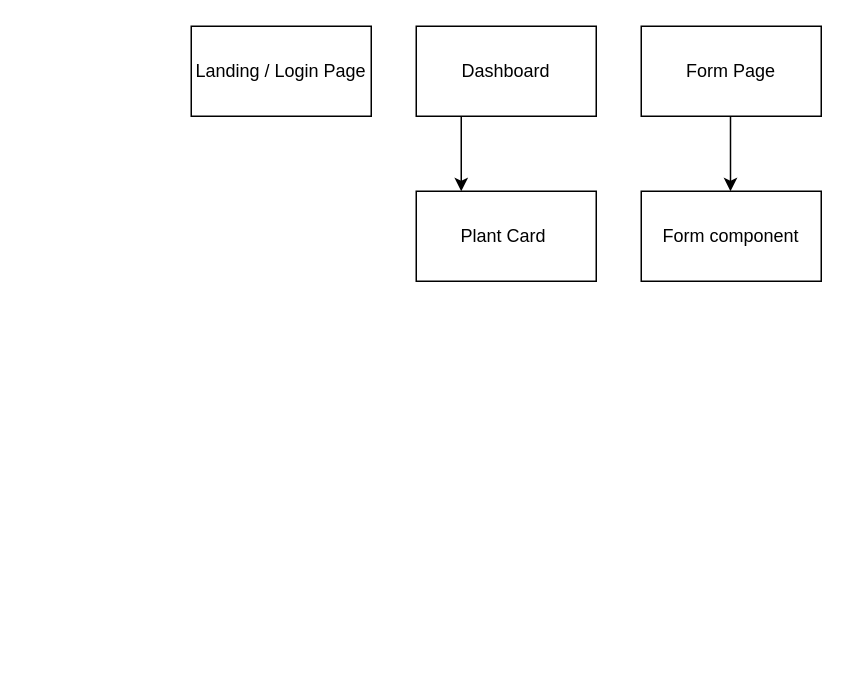
This is treediagram.drawio from lucaxue/water-thyme, a draw.io file, before an edit. Source tidied: cells renumbered, new cells numbered last; positions are measured from the earlier drawing's top-left corner, leaving out a move shared by most shapes. Both pictures are drawn from the tidied source at 150%, with x=0, y=0 at pixel (190, 26).
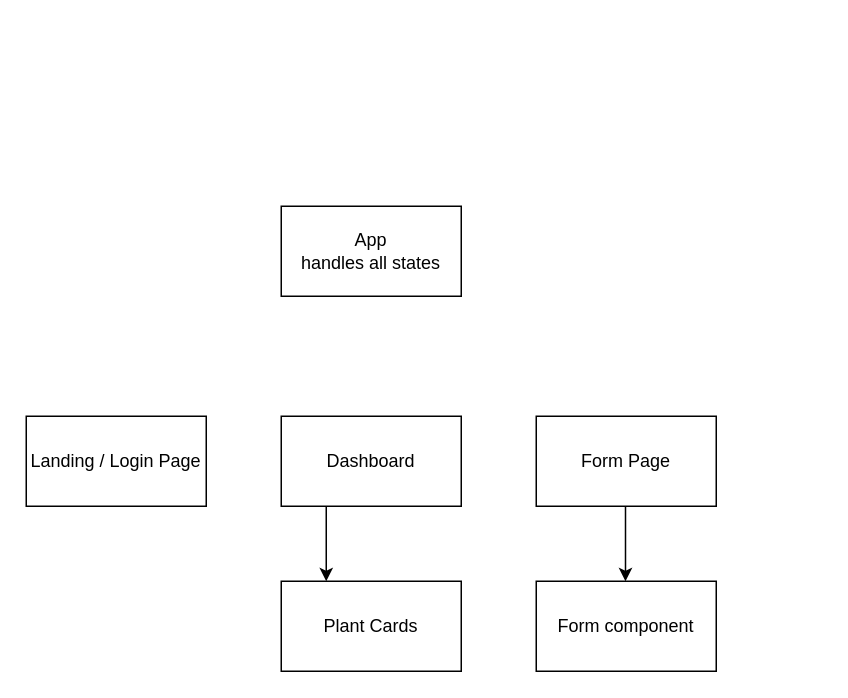
Above is the later version.

Diff of the diagram source:
```diff
@@
 <mxGraphModel>
   <root>
     <mxCell id="0" />
     <mxCell id="1" parent="0" />
     <mxCell id="2" value="Landing / Login Page" style="rounded=0;whiteSpace=wrap;html=1;" parent="1" vertex="1">
-      <mxGeometry width="120" height="60" as="geometry" />
+      <mxGeometry x="-110" y="260" width="120" height="60" as="geometry" />
     </mxCell>
     <mxCell id="3" value="Dashboard" style="rounded=0;whiteSpace=wrap;html=1;" parent="1" vertex="1">
-      <mxGeometry x="150" width="120" height="60" as="geometry" />
+      <mxGeometry x="60" y="260" width="120" height="60" as="geometry" />
     </mxCell>
     <mxCell id="4" value="Form Page" style="rounded=0;whiteSpace=wrap;html=1;" parent="1" vertex="1">
-      <mxGeometry x="300" width="120" height="60" as="geometry" />
+      <mxGeometry x="230" y="260" width="120" height="60" as="geometry" />
     </mxCell>
     <mxCell id="5" value="Form component" style="rounded=0;whiteSpace=wrap;html=1;" parent="1" vertex="1">
-      <mxGeometry x="300" y="110" width="120" height="60" as="geometry" />
+      <mxGeometry x="230" y="370" width="120" height="60" as="geometry" />
     </mxCell>
-    <mxCell id="6" value="Plant Card&amp;nbsp;" style="rounded=0;whiteSpace=wrap;html=1;" parent="1" vertex="1">
-      <mxGeometry x="150" y="110" width="120" height="60" as="geometry" />
+    <mxCell id="6" value="Plant Cards" style="rounded=0;whiteSpace=wrap;html=1;" parent="1" vertex="1">
+      <mxGeometry x="60" y="370" width="120" height="60" as="geometry" />
     </mxCell>
     <mxCell id="7" style="endArrow=classic;html=1;exitX=0.25;exitY=1;exitDx=0;exitDy=0;entryX=0.25;entryY=0;entryDx=0;entryDy=0;" parent="1" edge="1" source="3" target="6">
       <mxGeometry relative="1" as="geometry" />
     </mxCell>
     <mxCell id="8" style="endArrow=classic;html=1;exitX=0.25;exitY=1;exitDx=0;exitDy=0;entryX=0.25;entryY=0;entryDx=0;entryDy=0;" parent="1" edge="1">
       <mxGeometry relative="1" as="geometry">
-        <mxPoint x="359.5" y="60" as="sourcePoint" />
-        <mxPoint x="359.5" y="110" as="targetPoint" />
+        <mxPoint x="289.5" y="320" as="sourcePoint" />
+        <mxPoint x="289.5" y="370" as="targetPoint" />
       </mxGeometry>
     </mxCell>
+    <mxCell id="9" value="App&lt;br&gt;handles all states" style="rounded=0;whiteSpace=wrap;html=1;" parent="1" vertex="1">
+      <mxGeometry x="60" y="120" width="120" height="60" as="geometry" />
+    </mxCell>
   </root>
 </mxGraphModel>
```
